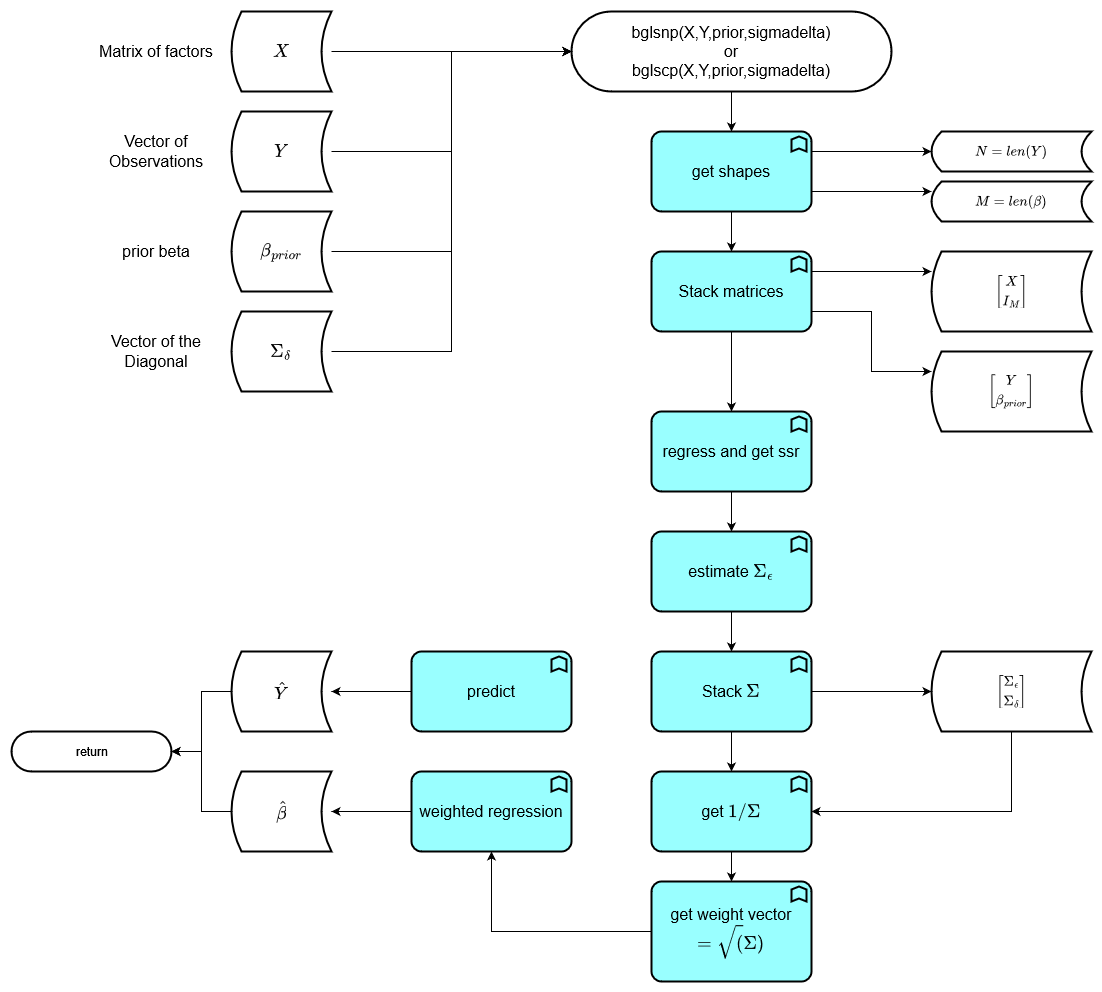
The draw.io diagram GBLS.drawio.png in IDontReallyCode/Bayesian_OLS, before a commit. Source tidied: cells renumbered, new cells last; positions are measured from the earlier drawing's top-left corner, leaving out a move shared by most shapes. Source of this version:
```xml
<mxGraphModel math="1">
  <root>
    <mxCell id="0" />
    <mxCell id="1" parent="0" />
    <mxCell id="2" style="group;" parent="1" vertex="1">
      <mxGeometry x="70" width="250" height="80" as="geometry" />
    </mxCell>
    <mxCell id="3" value="$$X$$" style="shape=dataStorage;whiteSpace=wrap;html=1;fixedSize=1;size=10;strokeWidth=2;fontSize=16;" parent="2" vertex="1">
      <mxGeometry x="150" width="100" height="80" as="geometry" />
    </mxCell>
    <mxCell id="4" value="Matrix of factors" style="text;html=1;strokeColor=none;fillColor=none;align=center;verticalAlign=middle;whiteSpace=wrap;rounded=0;strokeWidth=2;fontSize=16;" parent="2" vertex="1">
      <mxGeometry y="25" width="150" height="30" as="geometry" />
    </mxCell>
    <mxCell id="5" style="group;" parent="1" vertex="1">
      <mxGeometry x="70" y="100" width="250" height="80" as="geometry" />
    </mxCell>
    <mxCell id="6" value="$$Y$$" style="shape=dataStorage;whiteSpace=wrap;html=1;fixedSize=1;size=10;strokeWidth=2;fontSize=16;" parent="5" vertex="1">
      <mxGeometry x="150" width="100" height="80" as="geometry" />
    </mxCell>
    <mxCell id="7" value="Vector of Observations" style="text;html=1;strokeColor=none;fillColor=none;align=center;verticalAlign=middle;whiteSpace=wrap;rounded=0;strokeWidth=2;fontSize=16;" parent="5" vertex="1">
      <mxGeometry y="25" width="150" height="30" as="geometry" />
    </mxCell>
    <mxCell id="8" style="group;" parent="1" vertex="1">
      <mxGeometry x="70" y="200" width="250" height="80" as="geometry" />
    </mxCell>
    <mxCell id="9" value="&lt;div&gt;$$\beta_{prior}$$&lt;/div&gt;" style="shape=dataStorage;whiteSpace=wrap;html=1;fixedSize=1;size=10;strokeWidth=2;fontSize=16;" parent="8" vertex="1">
      <mxGeometry x="150" width="100" height="80" as="geometry" />
    </mxCell>
    <mxCell id="10" value="prior beta" style="text;html=1;strokeColor=none;fillColor=none;align=center;verticalAlign=middle;whiteSpace=wrap;rounded=0;strokeWidth=2;fontSize=16;" parent="8" vertex="1">
      <mxGeometry y="25" width="150" height="30" as="geometry" />
    </mxCell>
    <mxCell id="11" style="group;" parent="1" vertex="1">
      <mxGeometry x="70" y="300" width="250" height="80" as="geometry" />
    </mxCell>
    <mxCell id="12" value="$$\Sigma_\delta$$" style="shape=dataStorage;whiteSpace=wrap;html=1;fixedSize=1;size=10;strokeWidth=2;fontSize=16;" parent="11" vertex="1">
      <mxGeometry x="150" width="100" height="80" as="geometry" />
    </mxCell>
    <mxCell id="13" value="Vector of the Diagonal" style="text;html=1;strokeColor=none;fillColor=none;align=center;verticalAlign=middle;whiteSpace=wrap;rounded=0;strokeWidth=2;fontSize=16;" parent="11" vertex="1">
      <mxGeometry y="25" width="150" height="30" as="geometry" />
    </mxCell>
    <mxCell id="14" style="edgeStyle=orthogonalEdgeStyle;rounded=0;jettySize=auto;html=1;exitX=0.5;exitY=1;exitDx=0;exitDy=0;entryX=0.5;entryY=0;entryDx=0;entryDy=0;entryPerimeter=0;fontSize=12;" parent="1" edge="1" source="15" target="19">
      <mxGeometry relative="1" as="geometry" />
    </mxCell>
    <mxCell id="15" value="&lt;div&gt;bglsnp(X,Y,prior,sigmadelta)&lt;/div&gt;&lt;div&gt;or&lt;br&gt;&lt;/div&gt;&lt;div&gt;bglscp(X,Y,prior,sigmadelta)&lt;/div&gt;" style="rounded=1;whiteSpace=wrap;html=1;strokeWidth=2;fontSize=16;arcSize=50;" parent="1" vertex="1">
      <mxGeometry x="560" width="320" height="80" as="geometry" />
    </mxCell>
    <mxCell id="16" style="edgeStyle=orthogonalEdgeStyle;rounded=0;jettySize=auto;html=1;exitX=1;exitY=0.25;exitDx=0;exitDy=0;exitPerimeter=0;entryX=0;entryY=0.5;entryDx=0;entryDy=0;fontSize=12;" parent="1" edge="1" source="19" target="20">
      <mxGeometry relative="1" as="geometry" />
    </mxCell>
    <mxCell id="17" style="edgeStyle=orthogonalEdgeStyle;rounded=0;jettySize=auto;html=1;exitX=1;exitY=0.75;exitDx=0;exitDy=0;exitPerimeter=0;entryX=0;entryY=0.25;entryDx=0;entryDy=0;fontSize=12;" parent="1" edge="1" source="19" target="21">
      <mxGeometry relative="1" as="geometry" />
    </mxCell>
    <mxCell id="18" style="edgeStyle=orthogonalEdgeStyle;rounded=0;jettySize=auto;html=1;fontSize=12;" parent="1" edge="1" source="19" target="25">
      <mxGeometry relative="1" as="geometry" />
    </mxCell>
    <mxCell id="19" value="get shapes" style="html=1;outlineConnect=0;whiteSpace=wrap;fillColor=#99ffff;shape=mxgraph.archimate3.application;appType=func;archiType=rounded;strokeWidth=2;fontSize=16;" parent="1" vertex="1">
      <mxGeometry x="640" y="120" width="160" height="80" as="geometry" />
    </mxCell>
    <mxCell id="20" value="$$N=len(Y)$$" style="shape=dataStorage;whiteSpace=wrap;html=1;fixedSize=1;size=10;strokeWidth=2;fontSize=12;" parent="1" vertex="1">
      <mxGeometry x="920" y="120" width="160" height="40" as="geometry" />
    </mxCell>
    <mxCell id="21" value="$$M=len(\beta)$$" style="shape=dataStorage;whiteSpace=wrap;html=1;fixedSize=1;size=10;strokeWidth=2;fontSize=12;" parent="1" vertex="1">
      <mxGeometry x="920" y="170" width="160" height="40" as="geometry" />
    </mxCell>
    <mxCell id="22" style="edgeStyle=orthogonalEdgeStyle;rounded=0;jettySize=auto;html=1;exitX=1;exitY=0.25;exitDx=0;exitDy=0;exitPerimeter=0;entryX=0;entryY=0.25;entryDx=0;entryDy=0;fontSize=12;" parent="1" edge="1" source="25" target="26">
      <mxGeometry relative="1" as="geometry" />
    </mxCell>
    <mxCell id="23" style="edgeStyle=orthogonalEdgeStyle;rounded=0;jettySize=auto;html=1;exitX=1;exitY=0.75;exitDx=0;exitDy=0;exitPerimeter=0;entryX=0;entryY=0.25;entryDx=0;entryDy=0;fontSize=12;" parent="1" edge="1" source="25" target="27">
      <mxGeometry relative="1" as="geometry" />
    </mxCell>
    <mxCell id="24" style="edgeStyle=orthogonalEdgeStyle;rounded=0;jettySize=auto;html=1;exitX=0.5;exitY=1;exitDx=0;exitDy=0;exitPerimeter=0;fontSize=12;" parent="1" edge="1" source="25" target="29">
      <mxGeometry relative="1" as="geometry" />
    </mxCell>
    <mxCell id="25" value="Stack matrices" style="html=1;outlineConnect=0;whiteSpace=wrap;fillColor=#99ffff;shape=mxgraph.archimate3.application;appType=func;archiType=rounded;strokeWidth=2;fontSize=16;" parent="1" vertex="1">
      <mxGeometry x="640" y="240" width="160" height="80" as="geometry" />
    </mxCell>
    <mxCell id="26" value="&lt;div&gt;$$\begin{bmatrix} X \\ I_{M}\end{bmatrix}$$&lt;/div&gt;" style="shape=dataStorage;whiteSpace=wrap;html=1;fixedSize=1;size=10;strokeWidth=2;fontSize=12;" parent="1" vertex="1">
      <mxGeometry x="920" y="240" width="160" height="80" as="geometry" />
    </mxCell>
    <mxCell id="27" value="&lt;div&gt;$$\begin{bmatrix} Y \\ \beta_{prior}\end{bmatrix}$$&lt;/div&gt;" style="shape=dataStorage;whiteSpace=wrap;html=1;fixedSize=1;size=10;strokeWidth=2;fontSize=12;" parent="1" vertex="1">
      <mxGeometry x="920" y="340" width="160" height="80" as="geometry" />
    </mxCell>
    <mxCell id="28" style="edgeStyle=orthogonalEdgeStyle;rounded=0;jettySize=auto;html=1;exitX=0.5;exitY=1;exitDx=0;exitDy=0;exitPerimeter=0;entryX=0.5;entryY=0;entryDx=0;entryDy=0;entryPerimeter=0;fontSize=12;" parent="1" edge="1" source="29" target="31">
      <mxGeometry relative="1" as="geometry" />
    </mxCell>
    <mxCell id="29" value="regress and get ssr" style="html=1;outlineConnect=0;whiteSpace=wrap;fillColor=#99ffff;shape=mxgraph.archimate3.application;appType=func;archiType=rounded;strokeWidth=2;fontSize=16;" parent="1" vertex="1">
      <mxGeometry x="640" y="400" width="160" height="80" as="geometry" />
    </mxCell>
    <mxCell id="30" style="edgeStyle=orthogonalEdgeStyle;rounded=0;jettySize=auto;html=1;exitX=0.5;exitY=1;exitDx=0;exitDy=0;exitPerimeter=0;entryX=0.5;entryY=0;entryDx=0;entryDy=0;entryPerimeter=0;fontSize=12;" parent="1" edge="1" source="31" target="34">
      <mxGeometry relative="1" as="geometry" />
    </mxCell>
    <mxCell id="31" value="estimate $$\Sigma_{\epsilon}$$" style="html=1;outlineConnect=0;whiteSpace=wrap;fillColor=#99ffff;shape=mxgraph.archimate3.application;appType=func;archiType=rounded;strokeWidth=2;fontSize=16;" parent="1" vertex="1">
      <mxGeometry x="640" y="520" width="160" height="80" as="geometry" />
    </mxCell>
    <mxCell id="32" style="edgeStyle=orthogonalEdgeStyle;rounded=0;jettySize=auto;html=1;exitX=1;exitY=0.5;exitDx=0;exitDy=0;exitPerimeter=0;entryX=0;entryY=0.5;entryDx=0;entryDy=0;fontSize=12;" parent="1" edge="1" source="34" target="36">
      <mxGeometry relative="1" as="geometry" />
    </mxCell>
    <mxCell id="33" style="edgeStyle=orthogonalEdgeStyle;rounded=0;jettySize=auto;html=1;exitX=0.5;exitY=1;exitDx=0;exitDy=0;exitPerimeter=0;entryX=0.5;entryY=0;entryDx=0;entryDy=0;entryPerimeter=0;fontSize=12;" parent="1" edge="1" source="34" target="38">
      <mxGeometry relative="1" as="geometry" />
    </mxCell>
    <mxCell id="34" value="Stack $$\Sigma$$" style="html=1;outlineConnect=0;whiteSpace=wrap;fillColor=#99ffff;shape=mxgraph.archimate3.application;appType=func;archiType=rounded;strokeWidth=2;fontSize=16;" parent="1" vertex="1">
      <mxGeometry x="640" y="640" width="160" height="80" as="geometry" />
    </mxCell>
    <mxCell id="35" style="edgeStyle=orthogonalEdgeStyle;rounded=0;jettySize=auto;html=1;exitX=0.5;exitY=1;exitDx=0;exitDy=0;entryX=1;entryY=0.5;entryDx=0;entryDy=0;entryPerimeter=0;fontSize=12;" parent="1" edge="1" source="36" target="38">
      <mxGeometry relative="1" as="geometry" />
    </mxCell>
    <mxCell id="36" value="&lt;div&gt;$$\begin{bmatrix} \Sigma_{\epsilon} \\ \Sigma_{\delta}\end{bmatrix}$$&lt;/div&gt;" style="shape=dataStorage;whiteSpace=wrap;html=1;fixedSize=1;size=10;strokeWidth=2;fontSize=12;" parent="1" vertex="1">
      <mxGeometry x="920" y="640" width="160" height="80" as="geometry" />
    </mxCell>
    <mxCell id="37" style="edgeStyle=orthogonalEdgeStyle;rounded=0;jettySize=auto;html=1;exitX=0.5;exitY=1;exitDx=0;exitDy=0;exitPerimeter=0;entryX=0.5;entryY=0;entryDx=0;entryDy=0;entryPerimeter=0;fontSize=12;" parent="1" edge="1" source="38" target="40">
      <mxGeometry relative="1" as="geometry" />
    </mxCell>
    <mxCell id="38" value="get $$1/\Sigma$$" style="html=1;outlineConnect=0;whiteSpace=wrap;fillColor=#99ffff;shape=mxgraph.archimate3.application;appType=func;archiType=rounded;strokeWidth=2;fontSize=16;" parent="1" vertex="1">
      <mxGeometry x="640" y="760" width="160" height="80" as="geometry" />
    </mxCell>
    <mxCell id="39" style="edgeStyle=orthogonalEdgeStyle;rounded=0;jettySize=auto;html=1;exitX=0;exitY=0.5;exitDx=0;exitDy=0;exitPerimeter=0;entryX=0.5;entryY=1;entryDx=0;entryDy=0;entryPerimeter=0;fontSize=12;" parent="1" edge="1" source="40" target="42">
      <mxGeometry relative="1" as="geometry" />
    </mxCell>
    <mxCell id="40" value="get weight vector $$=\sqrt(\Sigma)$$" style="html=1;outlineConnect=0;whiteSpace=wrap;fillColor=#99ffff;shape=mxgraph.archimate3.application;appType=func;archiType=rounded;strokeWidth=2;fontSize=16;" parent="1" vertex="1">
      <mxGeometry x="640" y="870" width="160" height="100" as="geometry" />
    </mxCell>
    <mxCell id="41" style="edgeStyle=orthogonalEdgeStyle;rounded=0;jettySize=auto;html=1;exitX=0;exitY=0.5;exitDx=0;exitDy=0;exitPerimeter=0;fontSize=12;entryX=1;entryY=0.5;entryDx=0;entryDy=0;" parent="1" edge="1" source="42" target="44">
      <mxGeometry relative="1" as="geometry" />
    </mxCell>
    <mxCell id="42" value="weighted regression" style="html=1;outlineConnect=0;whiteSpace=wrap;fillColor=#99ffff;shape=mxgraph.archimate3.application;appType=func;archiType=rounded;strokeWidth=2;fontSize=16;" parent="1" vertex="1">
      <mxGeometry x="400" y="760" width="160" height="80" as="geometry" />
    </mxCell>
    <mxCell id="43" style="edgeStyle=orthogonalEdgeStyle;rounded=0;jettySize=auto;html=1;exitX=0;exitY=0.5;exitDx=0;exitDy=0;fontSize=12;" parent="1" edge="1" source="44">
      <mxGeometry relative="1" as="geometry">
        <mxPoint x="160" y="740" as="targetPoint" />
        <Array as="points">
          <mxPoint x="190" y="800" />
          <mxPoint x="190" y="740" />
        </Array>
      </mxGeometry>
    </mxCell>
    <mxCell id="44" value="$$\hat{\beta}$$" style="shape=dataStorage;whiteSpace=wrap;html=1;fixedSize=1;size=10;strokeWidth=2;fontSize=16;" parent="1" vertex="1">
      <mxGeometry x="220" y="760" width="100" height="80" as="geometry" />
    </mxCell>
    <mxCell id="45" style="edgeStyle=orthogonalEdgeStyle;rounded=0;jettySize=auto;html=1;exitX=0;exitY=0.5;exitDx=0;exitDy=0;exitPerimeter=0;entryX=1;entryY=0.5;entryDx=0;entryDy=0;fontSize=12;" parent="1" edge="1" source="46" target="48">
      <mxGeometry relative="1" as="geometry" />
    </mxCell>
    <mxCell id="46" value="predict" style="html=1;outlineConnect=0;whiteSpace=wrap;fillColor=#99ffff;shape=mxgraph.archimate3.application;appType=func;archiType=rounded;strokeWidth=2;fontSize=16;" parent="1" vertex="1">
      <mxGeometry x="400" y="640" width="160" height="80" as="geometry" />
    </mxCell>
    <mxCell id="47" style="edgeStyle=orthogonalEdgeStyle;rounded=0;jettySize=auto;html=1;exitX=0;exitY=0.5;exitDx=0;exitDy=0;entryX=1;entryY=0.5;entryDx=0;entryDy=0;entryPerimeter=0;fontSize=12;" parent="1" edge="1" source="48" target="49">
      <mxGeometry relative="1" as="geometry" />
    </mxCell>
    <mxCell id="48" value="$$\hat{Y}$$" style="shape=dataStorage;whiteSpace=wrap;html=1;fixedSize=1;size=10;strokeWidth=2;fontSize=16;" parent="1" vertex="1">
      <mxGeometry x="220" y="640" width="100" height="80" as="geometry" />
    </mxCell>
    <mxCell id="49" value="return" style="html=1;dashed=0;whitespace=wrap;shape=mxgraph.dfd.start;strokeWidth=2;fontSize=12;" parent="1" vertex="1">
      <mxGeometry y="720" width="160" height="40" as="geometry" />
    </mxCell>
    <mxCell id="50" style="edgeStyle=orthogonalEdgeStyle;rounded=0;jettySize=auto;html=1;exitX=1;exitY=0.5;exitDx=0;exitDy=0;entryX=0;entryY=0.5;entryDx=0;entryDy=0;fontSize=12;" parent="1" edge="1" source="3" target="15">
      <mxGeometry relative="1" as="geometry" />
    </mxCell>
    <mxCell id="51" style="edgeStyle=orthogonalEdgeStyle;rounded=0;jettySize=auto;html=1;exitX=1;exitY=0.5;exitDx=0;exitDy=0;fontSize=12;entryX=0;entryY=0.5;entryDx=0;entryDy=0;" parent="1" edge="1" source="6" target="15">
      <mxGeometry relative="1" as="geometry" />
    </mxCell>
    <mxCell id="52" style="edgeStyle=orthogonalEdgeStyle;rounded=0;jettySize=auto;html=1;exitX=1;exitY=0.5;exitDx=0;exitDy=0;entryX=0;entryY=0.5;entryDx=0;entryDy=0;fontSize=12;" parent="1" edge="1" source="9" target="15">
      <mxGeometry relative="1" as="geometry" />
    </mxCell>
    <mxCell id="53" style="edgeStyle=orthogonalEdgeStyle;rounded=0;jettySize=auto;html=1;exitX=1;exitY=0.5;exitDx=0;exitDy=0;entryX=0;entryY=0.5;entryDx=0;entryDy=0;fontSize=12;" parent="1" edge="1" source="12" target="15">
      <mxGeometry relative="1" as="geometry" />
    </mxCell>
  </root>
</mxGraphModel>
```
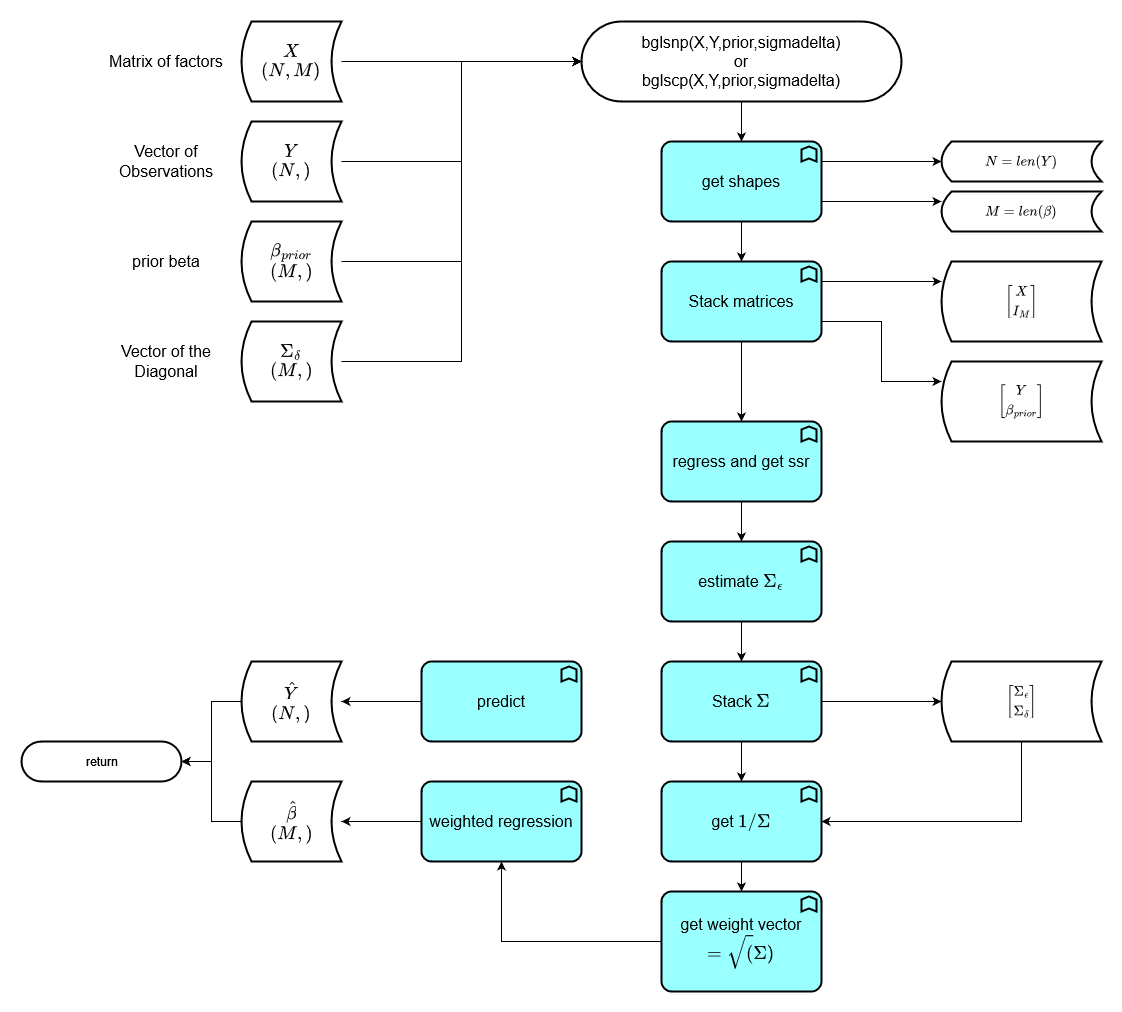
The same diagram one commit later.

Change to the diagram source:
```diff
@@ -5,7 +5,7 @@
     <mxCell id="2" style="group;" parent="1" vertex="1">
       <mxGeometry x="70" width="250" height="80" as="geometry" />
     </mxCell>
-    <mxCell id="3" value="$$X$$" style="shape=dataStorage;whiteSpace=wrap;html=1;fixedSize=1;size=10;strokeWidth=2;fontSize=16;" parent="2" vertex="1">
+    <mxCell id="3" value="&lt;div&gt;$$X$$&lt;/div&gt;$$(N,M)$$" style="shape=dataStorage;whiteSpace=wrap;html=1;fixedSize=1;size=10;strokeWidth=2;fontSize=16;" parent="2" vertex="1">
       <mxGeometry x="150" width="100" height="80" as="geometry" />
     </mxCell>
     <mxCell id="4" value="Matrix of factors" style="text;html=1;strokeColor=none;fillColor=none;align=center;verticalAlign=middle;whiteSpace=wrap;rounded=0;strokeWidth=2;fontSize=16;" parent="2" vertex="1">
@@ -14,7 +14,7 @@
     <mxCell id="5" style="group;" parent="1" vertex="1">
       <mxGeometry x="70" y="100" width="250" height="80" as="geometry" />
     </mxCell>
-    <mxCell id="6" value="$$Y$$" style="shape=dataStorage;whiteSpace=wrap;html=1;fixedSize=1;size=10;strokeWidth=2;fontSize=16;" parent="5" vertex="1">
+    <mxCell id="6" value="&lt;div&gt;$$Y$$&lt;/div&gt;$$(N,)$$" style="shape=dataStorage;whiteSpace=wrap;html=1;fixedSize=1;size=10;strokeWidth=2;fontSize=16;" parent="5" vertex="1">
       <mxGeometry x="150" width="100" height="80" as="geometry" />
     </mxCell>
     <mxCell id="7" value="Vector of Observations" style="text;html=1;strokeColor=none;fillColor=none;align=center;verticalAlign=middle;whiteSpace=wrap;rounded=0;strokeWidth=2;fontSize=16;" parent="5" vertex="1">
@@ -23,7 +23,7 @@
     <mxCell id="8" style="group;" parent="1" vertex="1">
       <mxGeometry x="70" y="200" width="250" height="80" as="geometry" />
     </mxCell>
-    <mxCell id="9" value="&lt;div&gt;$$\beta_{prior}$$&lt;/div&gt;" style="shape=dataStorage;whiteSpace=wrap;html=1;fixedSize=1;size=10;strokeWidth=2;fontSize=16;" parent="8" vertex="1">
+    <mxCell id="9" value="&lt;div&gt;$$\beta_{prior}$$&lt;/div&gt;&lt;div&gt;$$(M,)$$&lt;br&gt;&lt;/div&gt;" style="shape=dataStorage;whiteSpace=wrap;html=1;fixedSize=1;size=10;strokeWidth=2;fontSize=16;" parent="8" vertex="1">
       <mxGeometry x="150" width="100" height="80" as="geometry" />
     </mxCell>
     <mxCell id="10" value="prior beta" style="text;html=1;strokeColor=none;fillColor=none;align=center;verticalAlign=middle;whiteSpace=wrap;rounded=0;strokeWidth=2;fontSize=16;" parent="8" vertex="1">
@@ -32,7 +32,7 @@
     <mxCell id="11" style="group;" parent="1" vertex="1">
       <mxGeometry x="70" y="300" width="250" height="80" as="geometry" />
     </mxCell>
-    <mxCell id="12" value="$$\Sigma_\delta$$" style="shape=dataStorage;whiteSpace=wrap;html=1;fixedSize=1;size=10;strokeWidth=2;fontSize=16;" parent="11" vertex="1">
+    <mxCell id="12" value="&lt;div&gt;$$\Sigma_\delta$$&lt;/div&gt;$$(M,)$$" style="shape=dataStorage;whiteSpace=wrap;html=1;fixedSize=1;size=10;strokeWidth=2;fontSize=16;" parent="11" vertex="1">
       <mxGeometry x="150" width="100" height="80" as="geometry" />
     </mxCell>
     <mxCell id="13" value="Vector of the Diagonal" style="text;html=1;strokeColor=none;fillColor=none;align=center;verticalAlign=middle;whiteSpace=wrap;rounded=0;strokeWidth=2;fontSize=16;" parent="11" vertex="1">
@@ -134,7 +134,7 @@
         </Array>
       </mxGeometry>
     </mxCell>
-    <mxCell id="44" value="$$\hat{\beta}$$" style="shape=dataStorage;whiteSpace=wrap;html=1;fixedSize=1;size=10;strokeWidth=2;fontSize=16;" parent="1" vertex="1">
+    <mxCell id="44" value="&lt;div&gt;$$\hat{\beta}$$&lt;/div&gt;$$(M,)$$" style="shape=dataStorage;whiteSpace=wrap;html=1;fixedSize=1;size=10;strokeWidth=2;fontSize=16;" parent="1" vertex="1">
       <mxGeometry x="220" y="760" width="100" height="80" as="geometry" />
     </mxCell>
     <mxCell id="45" style="edgeStyle=orthogonalEdgeStyle;rounded=0;jettySize=auto;html=1;exitX=0;exitY=0.5;exitDx=0;exitDy=0;exitPerimeter=0;entryX=1;entryY=0.5;entryDx=0;entryDy=0;fontSize=12;" parent="1" edge="1" source="46" target="48">
@@ -146,7 +146,7 @@
     <mxCell id="47" style="edgeStyle=orthogonalEdgeStyle;rounded=0;jettySize=auto;html=1;exitX=0;exitY=0.5;exitDx=0;exitDy=0;entryX=1;entryY=0.5;entryDx=0;entryDy=0;entryPerimeter=0;fontSize=12;" parent="1" edge="1" source="48" target="49">
       <mxGeometry relative="1" as="geometry" />
     </mxCell>
-    <mxCell id="48" value="$$\hat{Y}$$" style="shape=dataStorage;whiteSpace=wrap;html=1;fixedSize=1;size=10;strokeWidth=2;fontSize=16;" parent="1" vertex="1">
+    <mxCell id="48" value="&lt;div&gt;$$\hat{Y}$$&lt;/div&gt;$$(N,)$$" style="shape=dataStorage;whiteSpace=wrap;html=1;fixedSize=1;size=10;strokeWidth=2;fontSize=16;" parent="1" vertex="1">
       <mxGeometry x="220" y="640" width="100" height="80" as="geometry" />
     </mxCell>
     <mxCell id="49" value="return" style="html=1;dashed=0;whitespace=wrap;shape=mxgraph.dfd.start;strokeWidth=2;fontSize=12;" parent="1" vertex="1">
```
